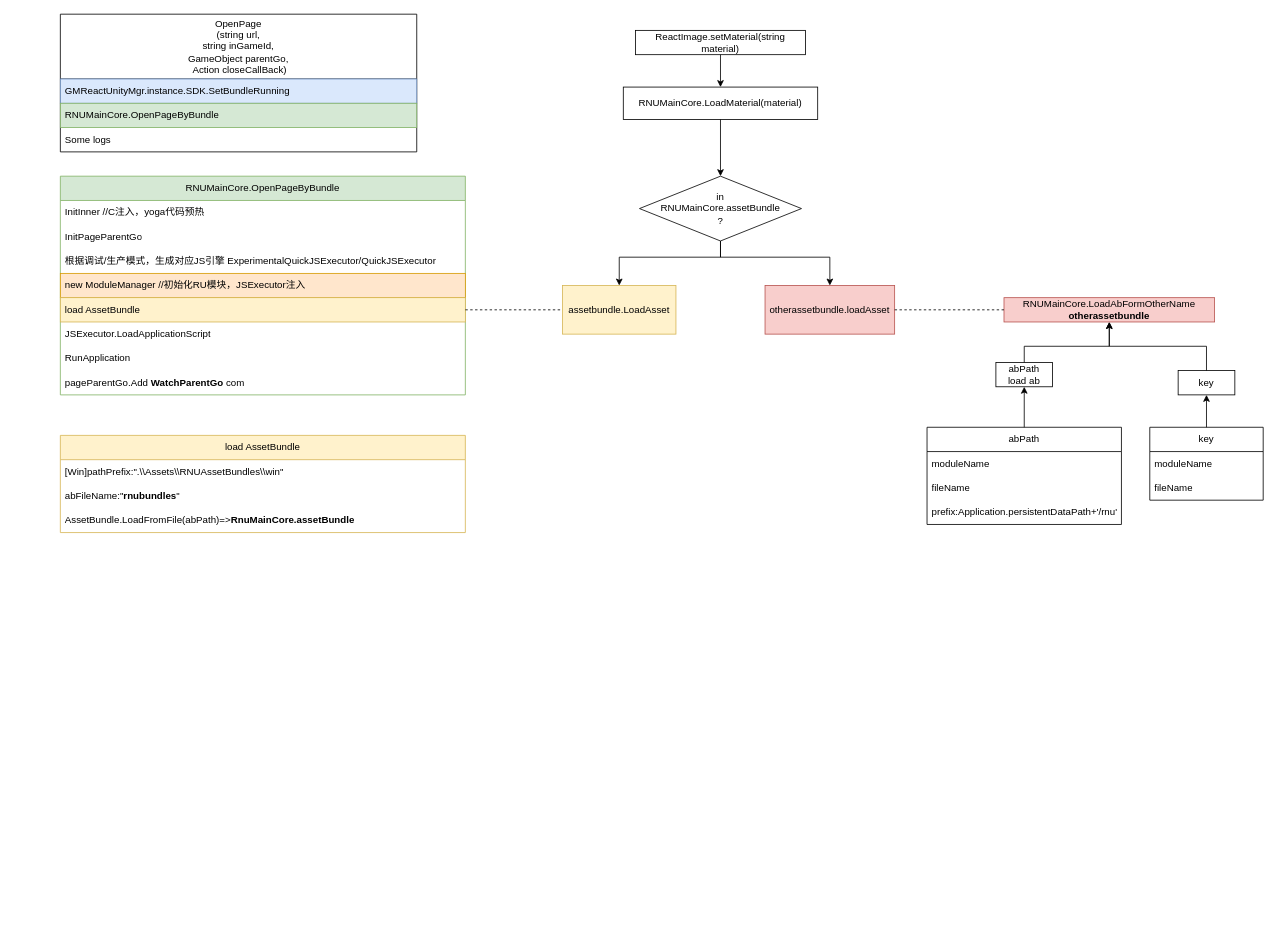
Owlcean/drawiorecord keeps this draw.io diagram as ReactUnity.drawio. Above is the earlier version. Source tidied: cells renumbered, new cells numbered last; positions are measured from the earlier drawing's top-left corner, leaving out a move shared by most shapes. Both pictures are drawn from the tidied source at 81%, with x=0, y=0 at pixel (60, 14).
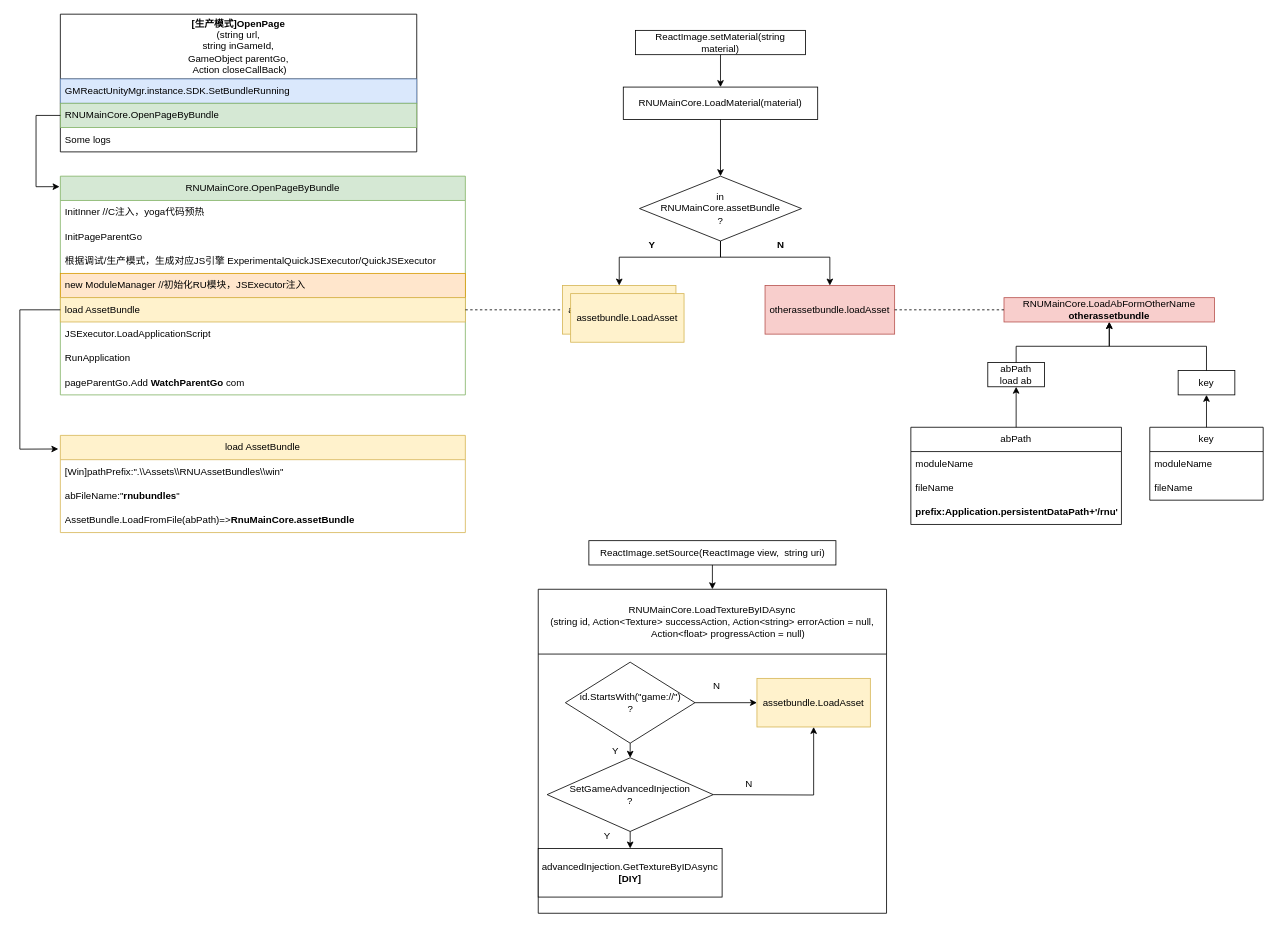
After the change.

The change refers to these unchanged cells:
```xml
<mxCell id="9" value="RNUMainCore.OpenPageByBundle" style="text;strokeColor=#82b366;fillColor=#d5e8d4;align=left;verticalAlign=middle;spacingLeft=4;spacingRight=4;overflow=hidden;points=[[0,0.5],[1,0.5]];portConstraint=eastwest;whiteSpace=wrap;html=1;" parent="7" vertex="1">
  <mxGeometry y="110" width="440" height="30" as="geometry" />
</mxCell>
<mxCell id="11" value="&lt;span style=&quot;text-align: left;&quot;&gt;RNUMainCore.OpenPageByBundle&lt;/span&gt;" style="swimlane;fontStyle=0;horizontal=1;startSize=30;whiteSpace=wrap;html=1;fillColor=#d5e8d4;strokeColor=#82b366;" parent="1" vertex="1">
  <mxGeometry y="200" width="500" height="270" as="geometry" />
</mxCell>
<mxCell id="16" value="load AssetBundle" style="text;strokeColor=#d6b656;fillColor=#fff2cc;align=left;verticalAlign=middle;spacingLeft=4;spacingRight=4;overflow=hidden;points=[[0,0.5],[1,0.5]];portConstraint=eastwest;whiteSpace=wrap;html=1;" parent="11" vertex="1">
  <mxGeometry y="150" width="500" height="30" as="geometry" />
</mxCell>
<mxCell id="20" value="&lt;span style=&quot;text-align: left;&quot;&gt;load AssetBundle&lt;/span&gt;" style="swimlane;fontStyle=0;horizontal=1;startSize=30;whiteSpace=wrap;html=1;fillColor=#fff2cc;strokeColor=#d6b656;" parent="1" vertex="1">
  <mxGeometry y="520" width="500" height="120" as="geometry" />
</mxCell>
<mxCell id="26" value="RNUMainCore.LoadAbFormOtherName&lt;br&gt;&lt;b&gt;otherassetbundle&lt;/b&gt;" style="rounded=0;whiteSpace=wrap;html=1;fillColor=#f8cecc;strokeColor=#b85450;" parent="1" vertex="1">
  <mxGeometry x="1165" y="350" width="260" height="30" as="geometry" />
</mxCell>
```

What changed in the source:
```diff
@@
-    <mxCell id="7" value="OpenPage&lt;br style=&quot;border-color: var(--border-color);&quot;&gt;(string url,&lt;br style=&quot;border-color: var(--border-color);&quot;&gt;string inGameId,&lt;br style=&quot;border-color: var(--border-color);&quot;&gt;GameObject parentGo,&lt;br style=&quot;border-color: var(--border-color);&quot;&gt;&amp;nbsp;Action closeCallBack)" style="swimlane;fontStyle=0;horizontal=1;startSize=80;whiteSpace=wrap;html=1;" parent="1" vertex="1">
+    <mxCell id="7" value="&lt;b&gt;[生产模式]OpenPage&lt;/b&gt;&lt;br style=&quot;border-color: var(--border-color);&quot;&gt;(string url,&lt;br style=&quot;border-color: var(--border-color);&quot;&gt;string inGameId,&lt;br style=&quot;border-color: var(--border-color);&quot;&gt;GameObject parentGo,&lt;br style=&quot;border-color: var(--border-color);&quot;&gt;&amp;nbsp;Action closeCallBack)" style="swimlane;fontStyle=0;horizontal=1;startSize=80;whiteSpace=wrap;html=1;" parent="1" vertex="1">
       <mxGeometry width="440" height="170" as="geometry" />
     </mxCell>
@@
     <mxCell id="25" value="abPath&lt;br&gt;load ab" style="whiteSpace=wrap;html=1;" parent="1" vertex="1">
-      <mxGeometry x="1155" y="430" width="70" height="30" as="geometry" />
+      <mxGeometry x="1145" y="430" width="70" height="30" as="geometry" />
     </mxCell>
@@
     <mxCell id="28" style="endArrow=classic;html=1;rounded=0;exitX=0.5;exitY=0;exitDx=0;exitDy=0;entryX=0.5;entryY=1;entryDx=0;entryDy=0;" parent="1" edge="1" source="25" target="26">
       <mxGeometry relative="1" as="geometry">
         <Array as="points">
-          <mxPoint x="1190" y="410" />
+          <mxPoint x="1180" y="410" />
           <mxPoint x="1295" y="410" />
         </Array>
       </mxGeometry>
     </mxCell>
@@
     <mxCell id="30" value="abPath" style="swimlane;fontStyle=0;horizontal=1;startSize=30;whiteSpace=wrap;html=1;" parent="1" vertex="1">
-      <mxGeometry x="1070" y="510" width="240" height="120" as="geometry" />
+      <mxGeometry x="1050" y="510" width="260" height="120" as="geometry" />
     </mxCell>
     <mxCell id="31" value="&lt;span style=&quot;text-align: center;&quot;&gt;moduleName&lt;/span&gt;" style="text;strokeColor=none;fillColor=none;align=left;verticalAlign=middle;spacingLeft=4;spacingRight=4;overflow=hidden;whiteSpace=wrap;html=1;" parent="30" vertex="1">
-      <mxGeometry y="30" width="240" height="30" as="geometry" />
+      <mxGeometry y="30" width="260" height="30" as="geometry" />
     </mxCell>
     <mxCell id="32" value="&lt;span style=&quot;text-align: center;&quot;&gt;fileName&lt;/span&gt;" style="text;strokeColor=none;fillColor=none;align=left;verticalAlign=middle;spacingLeft=4;spacingRight=4;overflow=hidden;whiteSpace=wrap;html=1;" parent="30" vertex="1">
-      <mxGeometry y="60" width="240" height="30" as="geometry" />
+      <mxGeometry y="60" width="260" height="30" as="geometry" />
     </mxCell>
-    <mxCell id="33" value="prefix:&lt;span style=&quot;text-align: center;&quot;&gt;Application.persistentDataPath+'/rnu'&lt;/span&gt;" style="text;strokeColor=none;fillColor=none;align=left;verticalAlign=middle;spacingLeft=4;spacingRight=4;overflow=hidden;whiteSpace=wrap;html=1;" parent="30" vertex="1">
-      <mxGeometry y="90" width="240" height="30" as="geometry" />
+    <mxCell id="33" value="&lt;b&gt;prefix:&lt;span style=&quot;text-align: center;&quot;&gt;Application.persistentDataPath+'/rnu'&lt;/span&gt;&lt;/b&gt;" style="text;strokeColor=none;fillColor=none;align=left;verticalAlign=middle;spacingLeft=4;spacingRight=4;overflow=hidden;whiteSpace=wrap;html=1;" parent="30" vertex="1">
+      <mxGeometry y="90" width="260" height="30" as="geometry" />
     </mxCell>
@@
+    <mxCell id="44" style="endArrow=classic;html=1;rounded=0;exitX=0;exitY=0.5;exitDx=0;exitDy=0;entryX=-0.002;entryY=0.048;entryDx=0;entryDy=0;entryPerimeter=0;" parent="1" edge="1" source="9" target="11">
+      <mxGeometry relative="1" as="geometry">
+        <Array as="points">
+          <mxPoint x="-30" y="125" />
+          <mxPoint x="-30" y="213" />
+        </Array>
+      </mxGeometry>
+    </mxCell>
+    <mxCell id="45" style="endArrow=classic;html=1;rounded=0;exitX=0;exitY=0.5;exitDx=0;exitDy=0;entryX=-0.005;entryY=0.14;entryDx=0;entryDy=0;entryPerimeter=0;" parent="1" edge="1" source="16" target="20">
+      <mxGeometry relative="1" as="geometry">
+        <Array as="points">
+          <mxPoint x="-50" y="365" />
+          <mxPoint x="-50" y="537" />
+        </Array>
+      </mxGeometry>
+    </mxCell>
+    <mxCell id="46" value="&lt;b&gt;Y&lt;/b&gt;" style="text;html=1;align=center;verticalAlign=middle;strokeColor=none;fillColor=none;" parent="1" vertex="1">
+      <mxGeometry x="715" y="270" width="30" height="30" as="geometry" />
+    </mxCell>
+    <mxCell id="47" value="&lt;b&gt;N&lt;/b&gt;" style="text;html=1;align=center;verticalAlign=middle;strokeColor=none;fillColor=none;" parent="1" vertex="1">
+      <mxGeometry x="874" y="270" width="30" height="30" as="geometry" />
+    </mxCell>
+    <mxCell id="48" value="ReactImage.setSource(ReactImage view,&amp;nbsp; string uri)" style="whiteSpace=wrap;html=1;" parent="1" vertex="1">
+      <mxGeometry x="652.5" y="650" width="305" height="30" as="geometry" />
+    </mxCell>
+    <mxCell id="49" value="&lt;span style=&quot;font-weight: 400;&quot;&gt;RNUMainCore.LoadTextureByIDAsync&lt;/span&gt;&lt;br style=&quot;border-color: var(--border-color); font-weight: 400;&quot;&gt;&lt;span style=&quot;border-color: var(--border-color); font-weight: 400; background-color: initial;&quot;&gt;(string id, Action&amp;lt;Texture&amp;gt; successAction, Action&amp;lt;string&amp;gt; errorAction = null,&lt;/span&gt;&lt;div style=&quot;border-color: var(--border-color); font-weight: 400;&quot;&gt;&amp;nbsp; &amp;nbsp; &amp;nbsp; &amp;nbsp; &amp;nbsp; &amp;nbsp; Action&amp;lt;float&amp;gt; progressAction = null)&lt;/div&gt;" style="swimlane;whiteSpace=wrap;html=1;startSize=80;" parent="1" vertex="1">
+      <mxGeometry x="590" y="710" width="430" height="400" as="geometry" />
+    </mxCell>
+    <mxCell id="50" value="id.StartsWith(&quot;game://&quot;)&lt;br&gt;?" style="rhombus;whiteSpace=wrap;html=1;" parent="49" vertex="1">
+      <mxGeometry x="33.5" y="90" width="160" height="100" as="geometry" />
+    </mxCell>
+    <mxCell id="51" value="SetGameAdvancedInjection&lt;br&gt;?" style="rhombus;whiteSpace=wrap;html=1;" parent="49" vertex="1">
+      <mxGeometry x="11" y="208" width="205" height="91" as="geometry" />
+    </mxCell>
+    <mxCell id="52" value="assetbundle.LoadAsset" style="rounded=0;whiteSpace=wrap;html=1;fillColor=#fff2cc;strokeColor=#d6b656;" parent="49" vertex="1">
+      <mxGeometry x="270" y="110" width="140" height="60" as="geometry" />
+    </mxCell>
+    <mxCell id="53" value="advancedInjection.GetTextureByIDAsync&lt;br&gt;&lt;b&gt;[DIY]&lt;/b&gt;" style="rounded=0;whiteSpace=wrap;html=1;" parent="49" vertex="1">
+      <mxGeometry y="320" width="227" height="60" as="geometry" />
+    </mxCell>
+    <mxCell id="54" style="endArrow=classic;html=1;rounded=0;exitX=0.5;exitY=1;exitDx=0;exitDy=0;entryX=0.5;entryY=0;entryDx=0;entryDy=0;" parent="49" edge="1" source="50" target="51">
+      <mxGeometry relative="1" as="geometry" />
+    </mxCell>
+    <mxCell id="55" style="endArrow=classic;html=1;rounded=0;exitX=0.5;exitY=1;exitDx=0;exitDy=0;entryX=0.5;entryY=0;entryDx=0;entryDy=0;" parent="49" edge="1" source="51" target="53">
+      <mxGeometry relative="1" as="geometry" />
+    </mxCell>
+    <mxCell id="56" style="endArrow=classic;html=1;rounded=0;exitX=1;exitY=0.5;exitDx=0;exitDy=0;entryX=0;entryY=0.5;entryDx=0;entryDy=0;" parent="49" edge="1" source="50" target="52">
+      <mxGeometry relative="1" as="geometry" />
+    </mxCell>
+    <mxCell id="57" style="endArrow=classic;html=1;rounded=0;exitX=1;exitY=0.5;exitDx=0;exitDy=0;entryX=0.5;entryY=1;entryDx=0;entryDy=0;" parent="49" edge="1" source="51" target="52">
+      <mxGeometry relative="1" as="geometry">
+        <Array as="points">
+          <mxPoint x="340" y="254" />
+        </Array>
+      </mxGeometry>
+    </mxCell>
+    <mxCell id="58" value="Y" style="text;html=1;align=center;verticalAlign=middle;strokeColor=none;fillColor=none;" parent="49" vertex="1">
+      <mxGeometry x="80" y="185" width="30" height="30" as="geometry" />
+    </mxCell>
+    <mxCell id="59" value="Y" style="text;html=1;align=center;verticalAlign=middle;strokeColor=none;fillColor=none;" parent="49" vertex="1">
+      <mxGeometry x="70" y="290" width="30" height="30" as="geometry" />
+    </mxCell>
+    <mxCell id="60" value="assetbundle.LoadAsset" style="rounded=0;whiteSpace=wrap;html=1;fillColor=#fff2cc;strokeColor=#d6b656;" parent="1" vertex="1">
+      <mxGeometry x="630" y="345" width="140" height="60" as="geometry" />
+    </mxCell>
+    <mxCell id="61" style="endArrow=classic;html=1;rounded=0;exitX=0.5;exitY=1;exitDx=0;exitDy=0;entryX=0.5;entryY=0;entryDx=0;entryDy=0;" parent="1" edge="1" source="48" target="49">
+      <mxGeometry relative="1" as="geometry" />
+    </mxCell>
+    <mxCell id="62" value="N" style="text;html=1;align=center;verticalAlign=middle;strokeColor=none;fillColor=none;" parent="1" vertex="1">
+      <mxGeometry x="795" y="815" width="30" height="30" as="geometry" />
+    </mxCell>
+    <mxCell id="63" value="N" style="text;html=1;align=center;verticalAlign=middle;strokeColor=none;fillColor=none;" parent="1" vertex="1">
+      <mxGeometry x="835" y="935" width="30" height="30" as="geometry" />
+    </mxCell>
```
